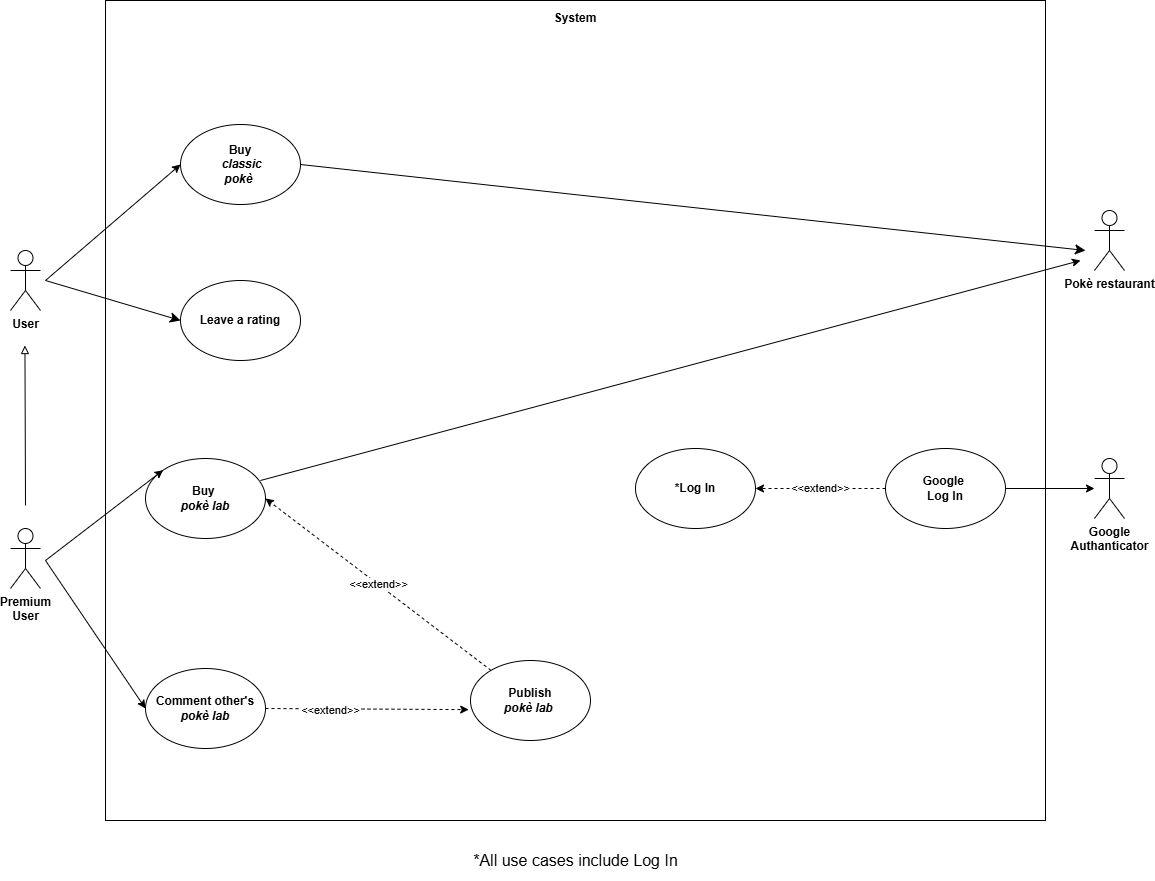
Before: UseCaseDiagram.drawio.png, a diagram exported from draw.io (matteopinfildi/ISPW-Project). Source tidied: cells renumbered, new cells last; positions are measured from the earlier drawing's top-left corner, leaving out a move shared by most shapes.
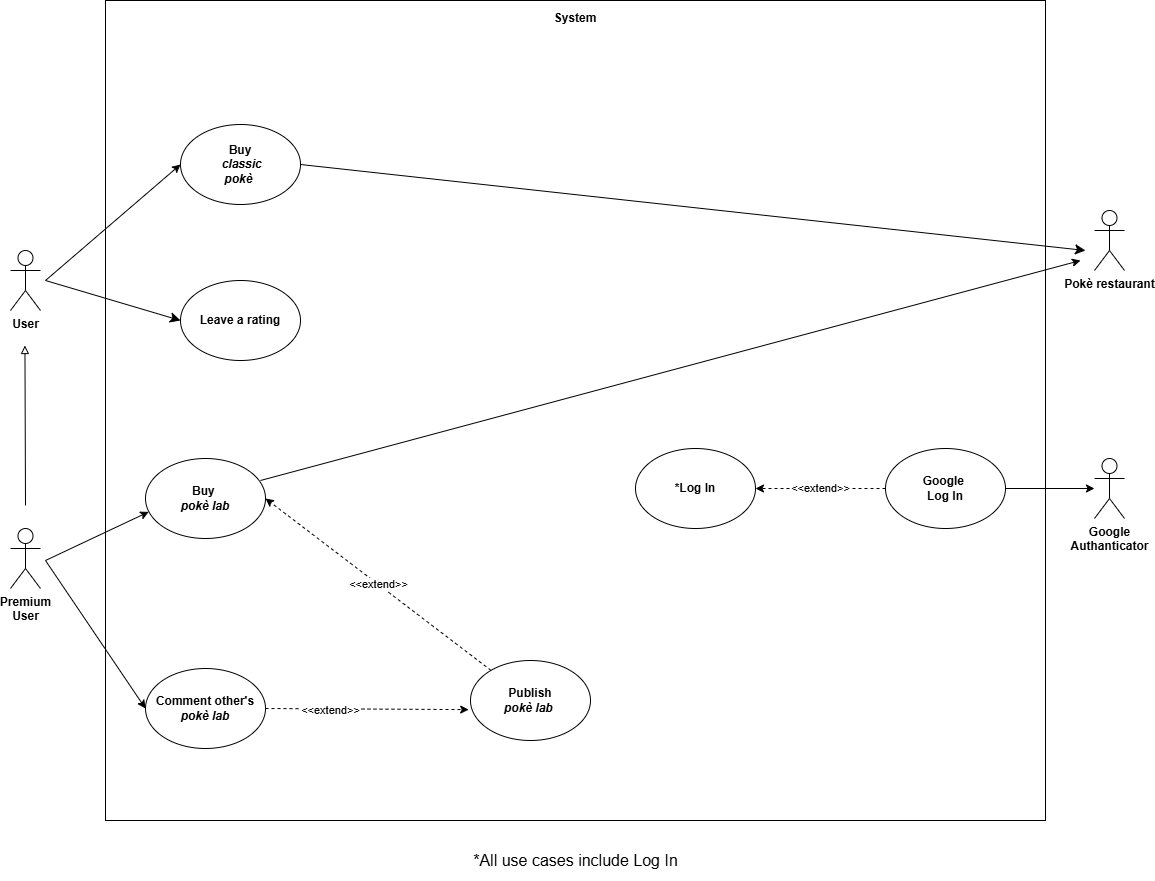
After the change.

Change to the diagram source:
```diff
@@ -22,7 +22,7 @@
     <mxCell id="7" value="&lt;b&gt;Buy&amp;nbsp;&lt;/b&gt;&lt;div&gt;&lt;b&gt;&lt;i&gt;pokè lab&lt;/i&gt;&lt;/b&gt;&lt;/div&gt;" style="ellipse;whiteSpace=wrap;html=1;" parent="1" vertex="1">
       <mxGeometry x="135" y="458" width="120" height="80" as="geometry" />
     </mxCell>
-    <mxCell id="8" style="endArrow=classic;html=1;rounded=0;entryX=0;entryY=0;entryDx=0;entryDy=0;" parent="1" edge="1" target="7">
+    <mxCell id="8" style="endArrow=classic;html=1;rounded=0;entryX=0.027;entryY=0.667;entryDx=0;entryDy=0;entryPerimeter=0;" parent="1" edge="1" target="7">
       <mxGeometry relative="1" as="geometry">
         <mxPoint x="35" y="560" as="sourcePoint" />
       </mxGeometry>
```
